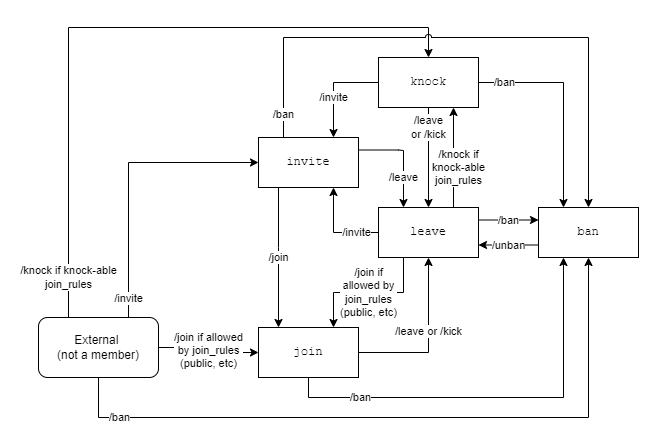
Earlier version of the draw.io export static/diagrams/membership.png (matrix-org/matrix-spec-proposals). Source tidied: cells renumbered, new cells last; positions are measured from the earlier drawing's top-left corner, leaving out a move shared by most shapes.
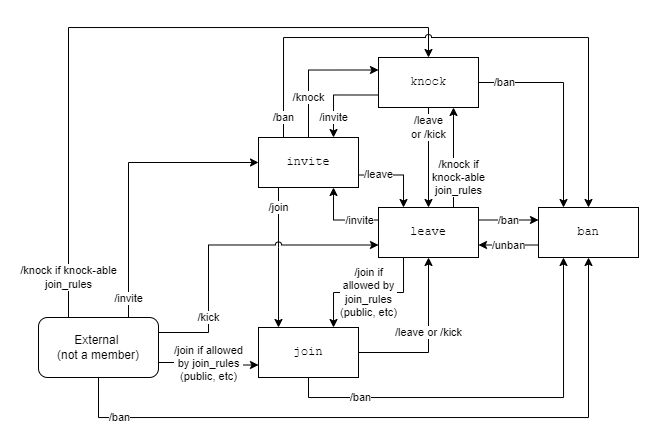
Later version of the same file.

Commit message:
Fix membership state table and diagram

There were 2 missing cases which are legal:
* `invite->knock` (a fairly silly thing to do, but legal under the auth rules)
* `external->leave (via /kick)` (another somewhat silly thing to do, but no different than `external->ban (via /ban)`)

The state table considered the first as illegal, which is untrue.

Diff of the diagram source:
```diff
@@ -3,21 +3,13 @@
     <mxCell id="0" />
     <mxCell id="1" parent="0" />
     <mxCell id="2" value="/join" style="edgeStyle=orthogonalEdgeStyle;rounded=0;jettySize=auto;html=1;" parent="1" edge="1" source="4" target="7">
-      <mxGeometry relative="1" as="geometry">
+      <mxGeometry x="-0.71" relative="1" as="geometry">
         <Array as="points">
           <mxPoint x="240" y="220" />
           <mxPoint x="240" y="220" />
         </Array>
       </mxGeometry>
     </mxCell>
-    <mxCell id="3" value="/leave" style="edgeStyle=orthogonalEdgeStyle;rounded=0;jettySize=auto;html=1;exitX=1;exitY=0.25;exitDx=0;exitDy=0;entryX=0.25;entryY=0;entryDx=0;entryDy=0;" parent="1" edge="1" source="22" target="14">
-      <mxGeometry x="0.41" relative="1" as="geometry">
-        <Array as="points">
-          <mxPoint x="360" y="123" />
-          <mxPoint x="365" y="123" />
-        </Array>
-      </mxGeometry>
-    </mxCell>
     <mxCell id="4" value="invite" style="rounded=0;whiteSpace=wrap;html=1;" parent="1" vertex="1">
       <mxGeometry x="220" y="110" width="100" height="50" as="geometry" />
     </mxCell>
@@ -39,23 +31,25 @@
     <mxCell id="10" value="/join if&lt;br&gt;allowed by&lt;br&gt;join_rules&lt;br&gt;(public, etc)" style="edgeStyle=orthogonalEdgeStyle;rounded=0;jettySize=auto;html=1;exitX=0.25;exitY=1;exitDx=0;exitDy=0;entryX=0.75;entryY=0;entryDx=0;entryDy=0;" parent="1" edge="1" source="14" target="7">
       <mxGeometry relative="1" as="geometry" />
     </mxCell>
-    <mxCell id="11" value="/invite" style="edgeStyle=orthogonalEdgeStyle;rounded=0;jettySize=auto;html=1;entryX=0.75;entryY=1;entryDx=0;entryDy=0;" parent="1" edge="1" source="14" target="22">
+    <mxCell id="11" value="/invite" style="edgeStyle=orthogonalEdgeStyle;rounded=0;jettySize=auto;html=1;entryX=0.75;entryY=1;entryDx=0;entryDy=0;exitX=0;exitY=0.25;exitDx=0;exitDy=0;" parent="1" edge="1" source="14" target="22">
       <mxGeometry x="-0.5" relative="1" as="geometry" />
     </mxCell>
     <mxCell id="12" value="/ban" style="edgeStyle=orthogonalEdgeStyle;rounded=0;jettySize=auto;html=1;exitX=1;exitY=0.25;exitDx=0;exitDy=0;entryX=0;entryY=0.25;entryDx=0;entryDy=0;" parent="1" edge="1" source="14" target="9">
       <mxGeometry relative="1" as="geometry" />
     </mxCell>
-    <mxCell id="13" value="/knock if&lt;br&gt;knock-able&lt;br&gt;join_rules&lt;br&gt;" style="edgeStyle=orthogonalEdgeStyle;rounded=0;jettySize=auto;html=1;exitX=0.75;exitY=0;exitDx=0;exitDy=0;entryX=0.75;entryY=1;entryDx=0;entryDy=0;" parent="1" edge="1" source="14" target="21">
-      <mxGeometry x="-0.2" y="-5" relative="1" as="geometry" />
-    </mxCell>
     <mxCell id="14" value="leave" style="rounded=0;whiteSpace=wrap;html=1;fontFamily=Courier New;" parent="1" vertex="1">
       <mxGeometry x="340" y="180" width="100" height="50" as="geometry" />
     </mxCell>
     <mxCell id="15" value="/invite" style="edgeStyle=orthogonalEdgeStyle;rounded=0;jettySize=auto;html=1;exitX=0.75;exitY=0;exitDx=0;exitDy=0;entryX=0;entryY=0.5;entryDx=0;entryDy=0;" parent="1" edge="1" source="23" target="22">
       <mxGeometry x="-0.87" relative="1" as="geometry" />
     </mxCell>
-    <mxCell id="16" value="/join if allowed&lt;br&gt;by join_rules&lt;br&gt;(public, etc)" style="edgeStyle=orthogonalEdgeStyle;rounded=0;jettySize=auto;html=1;exitX=1;exitY=0.5;exitDx=0;exitDy=0;" parent="1" edge="1" source="23" target="7">
-      <mxGeometry relative="1" as="geometry" />
+    <mxCell id="16" value="/join if allowed&lt;br&gt;by join_rules&lt;br&gt;(public, etc)" style="edgeStyle=orthogonalEdgeStyle;rounded=0;jettySize=auto;html=1;exitX=1;exitY=0.75;exitDx=0;exitDy=0;entryX=0;entryY=0.75;entryDx=0;entryDy=0;" parent="1" edge="1" source="23" target="7">
+      <mxGeometry relative="1" as="geometry">
+        <Array as="points">
+          <mxPoint x="170" y="335" />
+          <mxPoint x="170" y="338" />
+        </Array>
+      </mxGeometry>
     </mxCell>
     <mxCell id="17" value="/ban" style="edgeStyle=orthogonalEdgeStyle;rounded=0;jettySize=auto;html=1;entryX=0.5;entryY=1;entryDx=0;entryDy=0;exitX=0.5;exitY=1;exitDx=0;exitDy=0;" parent="1" edge="1" source="23" target="9">
       <mxGeometry x="-0.82" relative="1" as="geometry">
@@ -65,25 +59,36 @@
         </Array>
       </mxGeometry>
     </mxCell>
-    <mxCell id="18" value="/invite" style="edgeStyle=orthogonalEdgeStyle;rounded=0;jettySize=auto;html=1;exitX=0;exitY=0.5;exitDx=0;exitDy=0;entryX=0.75;entryY=0;entryDx=0;entryDy=0;fontFamily=Helvetica;" parent="1" edge="1" source="21" target="22">
-      <mxGeometry x="0.2" relative="1" as="geometry">
+    <mxCell id="18" value="/invite" style="edgeStyle=orthogonalEdgeStyle;rounded=0;jettySize=auto;html=1;exitX=0;exitY=0.75;exitDx=0;exitDy=0;entryX=0.75;entryY=0;entryDx=0;entryDy=0;fontFamily=Helvetica;" parent="1" edge="1" source="21" target="22">
+      <mxGeometry x="0.54" relative="1" as="geometry">
         <Array as="points">
-          <mxPoint x="295" y="55" />
+          <mxPoint x="295" y="68" />
         </Array>
       </mxGeometry>
     </mxCell>
-    <mxCell id="19" value="/leave&lt;br&gt;or /kick" style="edgeStyle=orthogonalEdgeStyle;rounded=0;jettySize=auto;html=1;exitX=0.5;exitY=1;exitDx=0;exitDy=0;entryX=0.5;entryY=0;entryDx=0;entryDy=0;fontFamily=Helvetica;" parent="1" edge="1" source="21" target="14">
-      <mxGeometry x="-0.6" relative="1" as="geometry" />
-    </mxCell>
     <mxCell id="20" value="/ban" style="edgeStyle=orthogonalEdgeStyle;rounded=0;jettySize=auto;html=1;exitX=1;exitY=0.5;exitDx=0;exitDy=0;entryX=0.25;entryY=0;entryDx=0;entryDy=0;fontFamily=Helvetica;" parent="1" edge="1" source="21" target="9">
       <mxGeometry x="-0.76" relative="1" as="geometry" />
     </mxCell>
     <mxCell id="21" value="knock" style="rounded=0;whiteSpace=wrap;html=1;fontFamily=Courier New;" parent="1" vertex="1">
       <mxGeometry x="340" y="30" width="100" height="50" as="geometry" />
     </mxCell>
+    <mxCell id="26" value="/knock" style="edgeStyle=orthogonalEdgeStyle;rounded=0;jettySize=auto;html=1;exitX=0.5;exitY=0;exitDx=0;exitDy=0;entryX=0;entryY=0.25;entryDx=0;entryDy=0;" parent="1" edge="1" source="22" target="21">
+      <mxGeometry x="-0.42" relative="1" as="geometry" />
+    </mxCell>
+    <mxCell id="3" value="/leave" style="edgeStyle=orthogonalEdgeStyle;rounded=0;jettySize=auto;html=1;exitX=1;exitY=0.75;exitDx=0;exitDy=0;entryX=0.25;entryY=0;entryDx=0;entryDy=0;" parent="1" edge="1" source="22" target="14">
+      <mxGeometry x="-0.48" relative="1" as="geometry" />
+    </mxCell>
     <mxCell id="22" value="invite" style="rounded=0;whiteSpace=wrap;html=1;fontFamily=Courier New;" parent="1" vertex="1">
       <mxGeometry x="220" y="110" width="100" height="50" as="geometry" />
     </mxCell>
+    <mxCell id="27" value="/kick" style="edgeStyle=orthogonalEdgeStyle;rounded=0;jumpStyle=arc;jettySize=auto;html=1;exitX=1;exitY=0.25;exitDx=0;exitDy=0;entryX=0;entryY=0.75;entryDx=0;entryDy=0;" parent="1" edge="1" source="23" target="14">
+      <mxGeometry x="-0.58" relative="1" as="geometry">
+        <Array as="points">
+          <mxPoint x="170" y="305" />
+          <mxPoint x="170" y="218" />
+        </Array>
+      </mxGeometry>
+    </mxCell>
     <mxCell id="23" value="External &lt;br&gt;(not a member)" style="rounded=1;whiteSpace=wrap;html=1;fontFamily=Helvetica;" parent="1" vertex="1">
       <mxGeometry y="290" width="120" height="60" as="geometry" />
     </mxCell>
@@ -96,12 +101,18 @@
       </mxGeometry>
     </mxCell>
     <mxCell id="25" value="/ban" style="edgeStyle=orthogonalEdgeStyle;rounded=0;jettySize=auto;html=1;exitX=0.25;exitY=0;exitDx=0;exitDy=0;entryX=0.5;entryY=0;entryDx=0;entryDy=0;jumpStyle=arc;" parent="1" edge="1" source="22" target="9">
-      <mxGeometry x="-0.92" relative="1" as="geometry">
+      <mxGeometry x="-0.93" relative="1" as="geometry">
         <Array as="points">
           <mxPoint x="245" y="10" />
           <mxPoint x="550" y="10" />
         </Array>
       </mxGeometry>
     </mxCell>
+    <mxCell id="19" value="/leave&lt;br&gt;or /kick" style="edgeStyle=orthogonalEdgeStyle;rounded=0;jettySize=auto;html=1;exitX=0.5;exitY=1;exitDx=0;exitDy=0;entryX=0.5;entryY=0;entryDx=0;entryDy=0;fontFamily=Helvetica;" parent="1" edge="1" source="21" target="14">
+      <mxGeometry x="-0.6" relative="1" as="geometry" />
+    </mxCell>
+    <mxCell id="13" value="/knock if&lt;br&gt;knock-able&lt;br&gt;join_rules&lt;br&gt;" style="edgeStyle=orthogonalEdgeStyle;rounded=0;jettySize=auto;html=1;exitX=0.75;exitY=0;exitDx=0;exitDy=0;entryX=0.75;entryY=1;entryDx=0;entryDy=0;" parent="1" edge="1" source="14" target="21">
+      <mxGeometry x="-0.4" y="-5" relative="1" as="geometry" />
+    </mxCell>
   </root>
 </mxGraphModel>
```
